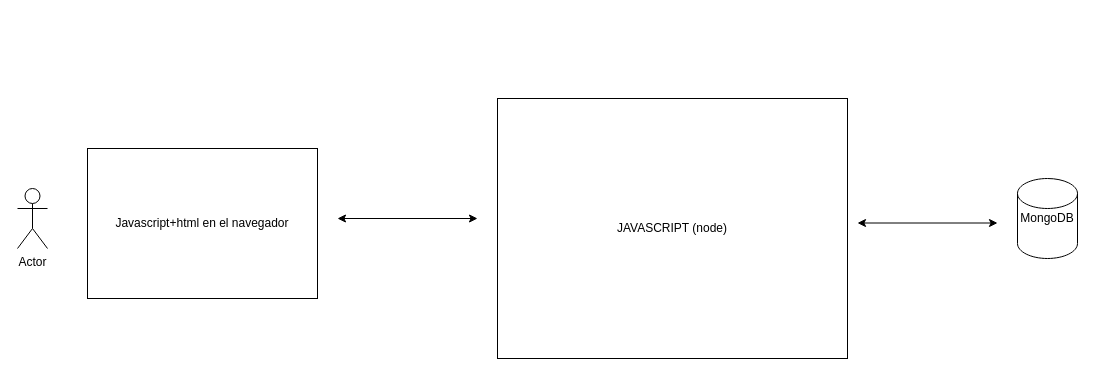
Above: page "Page-2" (2 of 69) of diagramas.drawio in almoril00/MEAN (draw.io), before the change. Source tidied: cells renumbered, new cells numbered last; positions are measured from the earlier drawing's top-left corner, leaving out a move shared by most shapes. Both pictures are drawn from the tidied source at 100%, with x=0, y=0 at pixel (17, 98).
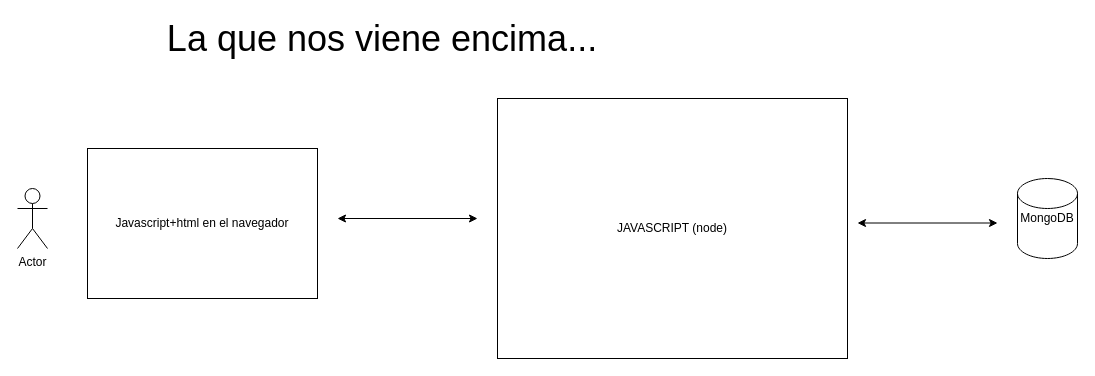
The same diagram, later.

Change to the diagram source:
```diff
@@
 <mxGraphModel>
   <root>
     <mxCell id="0" />
     <mxCell id="1" parent="0" />
     <mxCell id="2" value="Javascript+html en el navegador" style="rounded=0;whiteSpace=wrap;html=1;fillColor=none;" parent="1" vertex="1">
       <mxGeometry x="70" y="50" width="230" height="150" as="geometry" />
     </mxCell>
     <mxCell id="3" value="Actor" style="shape=umlActor;verticalLabelPosition=bottom;verticalAlign=top;html=1;fillColor=none;" parent="1" vertex="1">
       <mxGeometry y="90" width="30" height="60" as="geometry" />
     </mxCell>
     <mxCell id="4" value="JAVASCRIPT (node)" style="rounded=0;whiteSpace=wrap;html=1;fillColor=none;" parent="1" vertex="1">
       <mxGeometry x="480" width="350" height="260" as="geometry" />
     </mxCell>
     <mxCell id="5" value="MongoDB" style="shape=cylinder2;whiteSpace=wrap;html=1;boundedLbl=1;backgroundOutline=1;size=15;fillColor=none;" parent="1" vertex="1">
       <mxGeometry x="1000" y="80" width="60" height="80" as="geometry" />
     </mxCell>
     <mxCell id="6" style="endArrow=classic;startArrow=classic;html=1;" parent="1" edge="1">
       <mxGeometry relative="1" as="geometry">
         <mxPoint x="320" y="120" as="sourcePoint" />
         <mxPoint x="460" y="120" as="targetPoint" />
       </mxGeometry>
     </mxCell>
     <mxCell id="7" style="endArrow=classic;startArrow=classic;html=1;" parent="1" edge="1">
       <mxGeometry relative="1" as="geometry">
         <mxPoint x="840" y="124.5" as="sourcePoint" />
         <mxPoint x="980" y="124.5" as="targetPoint" />
       </mxGeometry>
     </mxCell>
+    <mxCell id="8" value="&lt;font style=&quot;font-size: 36px&quot;&gt;La que nos viene encima...&lt;/font&gt;" style="text;html=1;strokeColor=none;fillColor=none;align=center;verticalAlign=middle;whiteSpace=wrap;rounded=0;" parent="1" vertex="1">
+      <mxGeometry x="120" y="-70" width="490" height="20" as="geometry" />
+    </mxCell>
   </root>
 </mxGraphModel>
```
